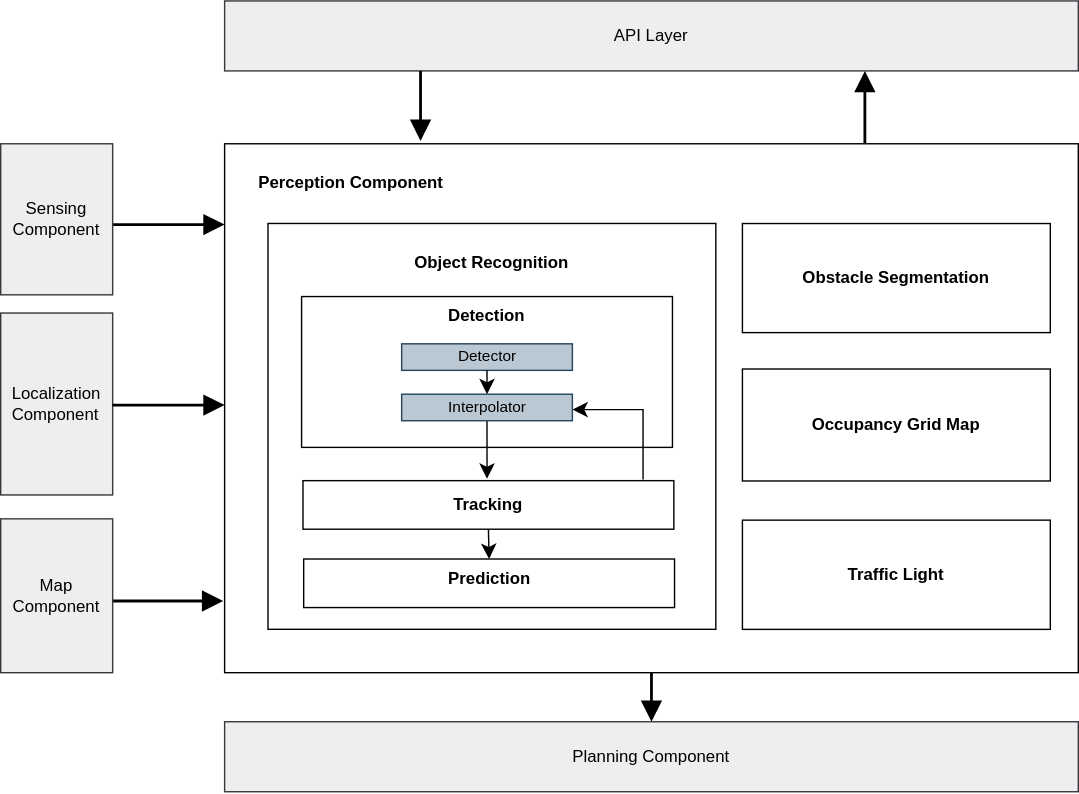
The draw.io diagram docs/design/autoware-architecture/perception/image/high-level-perception-diagram.drawio.svg in autowarefoundation/autoware-documentation, before a commit. Source tidied: cells renumbered, new cells last; positions are measured from the earlier drawing's top-left corner, leaving out a move shared by most shapes. The source it was exported from:
```xml
<mxGraphModel>
  <root>
    <mxCell id="0" />
    <mxCell id="1" parent="0" />
    <mxCell id="2" style="rounded=0;sketch=0;orthogonalLoop=1;jettySize=auto;html=1;exitX=1;exitY=0.5;exitDx=0;exitDy=0;exitPerimeter=0;entryX=0;entryY=0.036;entryDx=0;entryDy=0;entryPerimeter=0;shadow=0;labelBackgroundColor=none;strokeWidth=2;endArrow=block;endFill=1;startSize=10;endSize=10;sourcePerimeterSpacing=4;targetPerimeterSpacing=4;" parent="1" edge="1">
      <mxGeometry relative="1" as="geometry">
        <mxPoint x="80" y="159.8" as="sourcePoint" />
        <mxPoint x="160" y="159.8" as="targetPoint" />
      </mxGeometry>
    </mxCell>
    <mxCell id="3" value="&lt;div style=&quot;text-align: left&quot;&gt;Localization&lt;/div&gt;&lt;div style=&quot;text-align: left&quot;&gt;Component&lt;/div&gt;" style="rounded=1;whiteSpace=wrap;html=1;comic=0;shadow=0;arcSize=0;labelBackgroundColor=none;fillColor=#eeeeee;strokeColor=#36393d;" parent="1" vertex="1">
      <mxGeometry y="223" width="80" height="130" as="geometry" />
    </mxCell>
    <mxCell id="4" value="API Layer" style="rounded=1;whiteSpace=wrap;html=1;labelBackgroundColor=none;verticalAlign=middle;arcSize=0;shadow=0;fillColor=#eeeeee;strokeColor=#36393d;" parent="1" vertex="1">
      <mxGeometry x="160" width="610" height="50" as="geometry" />
    </mxCell>
    <mxCell id="5" style="edgeStyle=none;rounded=0;sketch=0;jettySize=auto;html=1;exitX=0.75;exitY=0;exitDx=0;exitDy=0;entryX=0.75;entryY=1;entryDx=0;entryDy=0;shadow=0;labelBackgroundColor=none;strokeWidth=2;fontColor=#0d0d0d;startArrow=none;startFill=0;endArrow=block;endFill=1;startSize=10;endSize=10;sourcePerimeterSpacing=4;targetPerimeterSpacing=4;" parent="1" edge="1" source="6" target="4">
      <mxGeometry relative="1" as="geometry" />
    </mxCell>
    <mxCell id="6" style="rounded=0;whiteSpace=wrap;html=1;verticalAlign=top;labelBackgroundColor=none;shadow=0;" parent="1" vertex="1">
      <mxGeometry x="160" y="102.1" width="610" height="377.9" as="geometry" />
    </mxCell>
    <mxCell id="7" style="edgeStyle=orthogonalEdgeStyle;rounded=0;jettySize=auto;html=1;exitX=0.5;exitY=1;exitDx=0;exitDy=0;endArrow=block;endFill=1;startSize=10;endSize=10;sourcePerimeterSpacing=4;targetPerimeterSpacing=4;labelBackgroundColor=none;shadow=0;strokeWidth=2;entryX=0.5;entryY=0;entryDx=0;entryDy=0;" parent="1" edge="1" source="6" target="8">
      <mxGeometry relative="1" as="geometry" />
    </mxCell>
    <mxCell id="8" value="Planning Component" style="rounded=1;whiteSpace=wrap;html=1;labelBackgroundColor=none;verticalAlign=middle;arcSize=0;shadow=0;fillColor=#eeeeee;strokeColor=#36393d;" parent="1" vertex="1">
      <mxGeometry x="160" y="515" width="610" height="50" as="geometry" />
    </mxCell>
    <mxCell id="9" value="&lt;b&gt;Perception Component&lt;/b&gt;" style="text;html=1;align=center;verticalAlign=middle;labelBackgroundColor=none;shadow=1;" parent="1" vertex="1">
      <mxGeometry x="170" y="115" width="160" height="30" as="geometry" />
    </mxCell>
    <mxCell id="10" style="edgeStyle=orthogonalEdgeStyle;rounded=0;sketch=0;orthogonalLoop=1;jettySize=auto;html=1;shadow=0;labelBackgroundColor=none;strokeWidth=2;endArrow=block;endFill=1;startSize=10;endSize=10;sourcePerimeterSpacing=4;targetPerimeterSpacing=4;" parent="1" edge="1">
      <mxGeometry relative="1" as="geometry">
        <mxPoint x="300" y="50" as="sourcePoint" />
        <mxPoint x="300" y="100" as="targetPoint" />
      </mxGeometry>
    </mxCell>
    <mxCell id="11" value="Sensing&lt;br&gt;Component" style="rounded=1;whiteSpace=wrap;html=1;labelBackgroundColor=none;verticalAlign=middle;arcSize=0;shadow=0;fillColor=#eeeeee;strokeColor=#36393d;" parent="1" vertex="1">
      <mxGeometry y="102.1" width="80" height="108" as="geometry" />
    </mxCell>
    <mxCell id="12" style="rounded=0;sketch=0;orthogonalLoop=1;jettySize=auto;html=1;exitX=1;exitY=0.5;exitDx=0;exitDy=0;exitPerimeter=0;entryX=0;entryY=0.036;entryDx=0;entryDy=0;entryPerimeter=0;shadow=0;labelBackgroundColor=none;strokeWidth=2;endArrow=block;endFill=1;startSize=10;endSize=10;sourcePerimeterSpacing=4;targetPerimeterSpacing=4;" parent="1" edge="1">
      <mxGeometry relative="1" as="geometry">
        <mxPoint x="80" y="288.8" as="sourcePoint" />
        <mxPoint x="160" y="288.8" as="targetPoint" />
      </mxGeometry>
    </mxCell>
    <mxCell id="13" value="&lt;b&gt;Traffic Light&lt;br&gt;&lt;/b&gt;" style="rounded=0;whiteSpace=wrap;html=1;verticalAlign=middle;labelBackgroundColor=none;shadow=0;" parent="1" vertex="1">
      <mxGeometry x="530" y="371" width="220" height="78" as="geometry" />
    </mxCell>
    <mxCell id="14" value="&lt;b&gt;Occupancy Grid Map&lt;br&gt;&lt;/b&gt;" style="rounded=0;whiteSpace=wrap;html=1;verticalAlign=middle;labelBackgroundColor=none;shadow=0;" parent="1" vertex="1">
      <mxGeometry x="530" y="263" width="220" height="80" as="geometry" />
    </mxCell>
    <mxCell id="15" value="&lt;b&gt;Obstacle Segmentation&lt;br&gt;&lt;/b&gt;" style="rounded=0;whiteSpace=wrap;html=1;verticalAlign=middle;labelBackgroundColor=none;shadow=0;" parent="1" vertex="1">
      <mxGeometry x="530" y="159.1" width="220" height="78" as="geometry" />
    </mxCell>
    <mxCell id="16" style="group;" parent="1" vertex="1">
      <mxGeometry x="191" y="159" width="320" height="290" as="geometry" />
    </mxCell>
    <mxCell id="17" value="&lt;b&gt;&lt;br&gt;Object Recognition&lt;/b&gt;" style="rounded=0;whiteSpace=wrap;html=1;verticalAlign=top;labelBackgroundColor=none;shadow=0;" parent="16" vertex="1">
      <mxGeometry width="320" height="290" as="geometry" />
    </mxCell>
    <mxCell id="18" value="&lt;b&gt;Detection&lt;br&gt;&lt;/b&gt;" style="rounded=0;whiteSpace=wrap;html=1;verticalAlign=top;labelBackgroundColor=none;shadow=0;" parent="16" vertex="1">
      <mxGeometry x="24" y="52.2" width="265" height="107.8" as="geometry" />
    </mxCell>
    <mxCell id="19" value="&lt;b&gt;Tracking&lt;br&gt;&lt;/b&gt;" style="rounded=0;whiteSpace=wrap;html=1;verticalAlign=middle;labelBackgroundColor=none;shadow=0;" parent="16" vertex="1">
      <mxGeometry x="25" y="183.8" width="265" height="34.7" as="geometry" />
    </mxCell>
    <mxCell id="20" value="&lt;b&gt;Prediction&lt;br&gt;&lt;/b&gt;" style="rounded=0;whiteSpace=wrap;html=1;verticalAlign=top;labelBackgroundColor=none;shadow=0;" parent="16" vertex="1">
      <mxGeometry x="25.5" y="239.8" width="265" height="34.7" as="geometry" />
    </mxCell>
    <mxCell id="21" style="edgeStyle=none;curved=1;rounded=0;jettySize=auto;html=1;entryX=0.5;entryY=0;entryDx=0;entryDy=0;fontSize=12;startSize=8;endSize=8;exitX=0.5;exitY=1;exitDx=0;exitDy=0;" parent="16" edge="1" source="27">
      <mxGeometry relative="1" as="geometry">
        <mxPoint x="156.5" y="182.4" as="targetPoint" />
      </mxGeometry>
    </mxCell>
    <mxCell id="22" style="edgeStyle=none;curved=1;rounded=0;jettySize=auto;html=1;exitX=0.5;exitY=1;exitDx=0;exitDy=0;entryX=0.5;entryY=0;entryDx=0;entryDy=0;fontSize=12;startSize=8;endSize=8;" parent="16" edge="1" source="19" target="20">
      <mxGeometry relative="1" as="geometry" />
    </mxCell>
    <mxCell id="23" value="&lt;div style=&quot;font-size: 11px;&quot;&gt;Detector&lt;/div&gt;" style="rounded=1;whiteSpace=wrap;html=1;comic=0;shadow=0;arcSize=0;labelBackgroundColor=none;align=center;fontSize=11;fillColor=#bac8d3;strokeColor=#23445d;" parent="16" vertex="1">
      <mxGeometry x="95.5" y="86" width="122" height="19" as="geometry" />
    </mxCell>
    <mxCell id="24" style="edgeStyle=segmentEdgeStyle;endArrow=classic;html=1;curved=0;rounded=0;endSize=8;startSize=8;fontSize=12;" parent="16" edge="1">
      <mxGeometry relative="1" as="geometry">
        <mxPoint x="268" y="183" as="sourcePoint" />
        <mxPoint x="217.5" y="133" as="targetPoint" />
        <Array as="points">
          <mxPoint x="268" y="133" />
        </Array>
      </mxGeometry>
    </mxCell>
    <mxCell id="25" style="rounded=0;sketch=0;orthogonalLoop=1;jettySize=auto;html=1;exitX=1;exitY=0.5;exitDx=0;exitDy=0;exitPerimeter=0;entryX=0;entryY=0.036;entryDx=0;entryDy=0;entryPerimeter=0;shadow=0;labelBackgroundColor=none;strokeWidth=2;endArrow=block;endFill=1;startSize=10;endSize=10;sourcePerimeterSpacing=4;targetPerimeterSpacing=4;" parent="1" edge="1">
      <mxGeometry relative="1" as="geometry">
        <mxPoint x="79" y="428.8" as="sourcePoint" />
        <mxPoint x="159" y="428.8" as="targetPoint" />
      </mxGeometry>
    </mxCell>
    <mxCell id="26" value="Map&lt;br&gt;Component" style="rounded=1;whiteSpace=wrap;html=1;labelBackgroundColor=none;verticalAlign=middle;arcSize=0;shadow=0;fillColor=#eeeeee;strokeColor=#36393d;" parent="1" vertex="1">
      <mxGeometry y="370.1" width="80" height="110" as="geometry" />
    </mxCell>
    <mxCell id="27" value="&lt;div style=&quot;font-size: 11px;&quot;&gt;Interpolator&lt;/div&gt;" style="rounded=1;whiteSpace=wrap;html=1;comic=0;shadow=0;arcSize=0;labelBackgroundColor=none;align=center;fontSize=11;fillColor=#bac8d3;strokeColor=#23445d;" parent="1" vertex="1">
      <mxGeometry x="286.5" y="281" width="122" height="19" as="geometry" />
    </mxCell>
    <mxCell id="28" style="edgeStyle=none;curved=1;rounded=0;jettySize=auto;html=1;exitX=0.5;exitY=1;exitDx=0;exitDy=0;entryX=0.5;entryY=0;entryDx=0;entryDy=0;fontSize=12;startSize=8;endSize=8;" parent="1" edge="1" source="23" target="27">
      <mxGeometry relative="1" as="geometry" />
    </mxCell>
  </root>
</mxGraphModel>
```
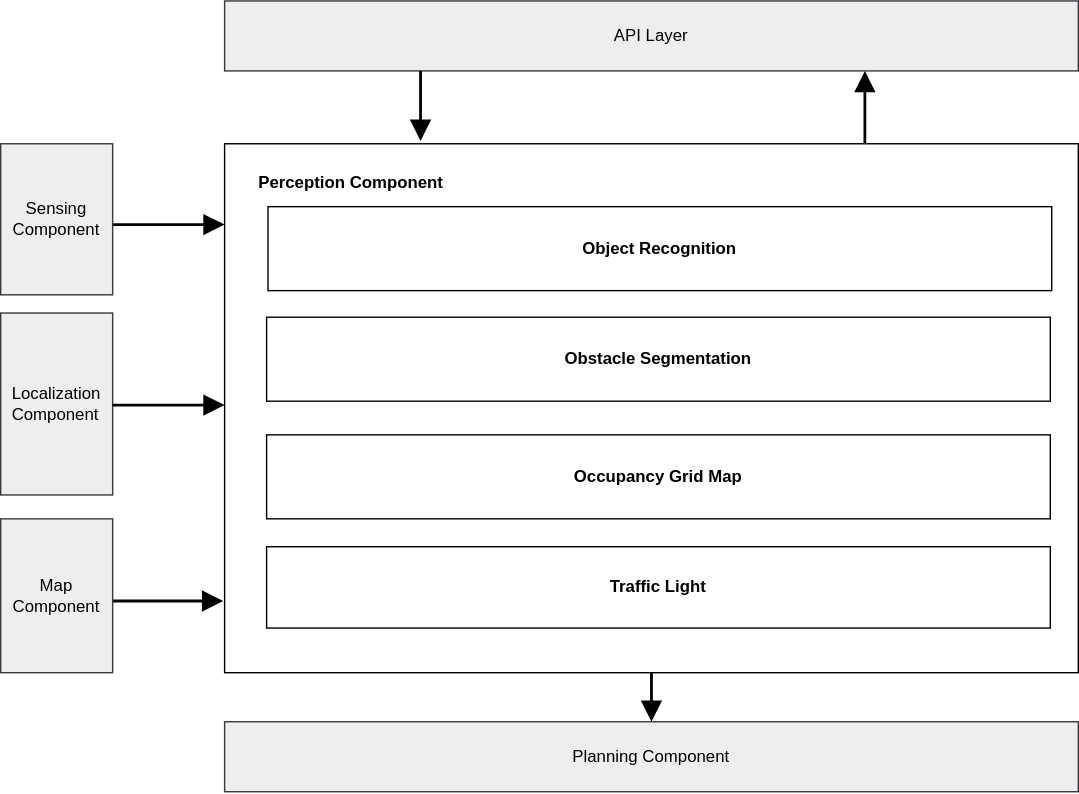
The same file after the commit.

Commit message:
docs(design): update high level architecture design

What changed in the source:
```diff
@@ -45,49 +45,14 @@
       </mxGeometry>
     </mxCell>
     <mxCell id="13" value="&lt;b&gt;Traffic Light&lt;br&gt;&lt;/b&gt;" style="rounded=0;whiteSpace=wrap;html=1;verticalAlign=middle;labelBackgroundColor=none;shadow=0;" parent="1" vertex="1">
-      <mxGeometry x="530" y="371" width="220" height="78" as="geometry" />
+      <mxGeometry x="190" y="390" width="560" height="58.1" as="geometry" />
     </mxCell>
     <mxCell id="14" value="&lt;b&gt;Occupancy Grid Map&lt;br&gt;&lt;/b&gt;" style="rounded=0;whiteSpace=wrap;html=1;verticalAlign=middle;labelBackgroundColor=none;shadow=0;" parent="1" vertex="1">
-      <mxGeometry x="530" y="263" width="220" height="80" as="geometry" />
+      <mxGeometry x="190" y="310.1" width="560" height="60" as="geometry" />
     </mxCell>
     <mxCell id="15" value="&lt;b&gt;Obstacle Segmentation&lt;br&gt;&lt;/b&gt;" style="rounded=0;whiteSpace=wrap;html=1;verticalAlign=middle;labelBackgroundColor=none;shadow=0;" parent="1" vertex="1">
-      <mxGeometry x="530" y="159.1" width="220" height="78" as="geometry" />
+      <mxGeometry x="190" y="226" width="560" height="60" as="geometry" />
     </mxCell>
-    <mxCell id="16" style="group;" parent="1" vertex="1">
-      <mxGeometry x="191" y="159" width="320" height="290" as="geometry" />
-    </mxCell>
-    <mxCell id="17" value="&lt;b&gt;&lt;br&gt;Object Recognition&lt;/b&gt;" style="rounded=0;whiteSpace=wrap;html=1;verticalAlign=top;labelBackgroundColor=none;shadow=0;" parent="16" vertex="1">
-      <mxGeometry width="320" height="290" as="geometry" />
-    </mxCell>
-    <mxCell id="18" value="&lt;b&gt;Detection&lt;br&gt;&lt;/b&gt;" style="rounded=0;whiteSpace=wrap;html=1;verticalAlign=top;labelBackgroundColor=none;shadow=0;" parent="16" vertex="1">
-      <mxGeometry x="24" y="52.2" width="265" height="107.8" as="geometry" />
-    </mxCell>
-    <mxCell id="19" value="&lt;b&gt;Tracking&lt;br&gt;&lt;/b&gt;" style="rounded=0;whiteSpace=wrap;html=1;verticalAlign=middle;labelBackgroundColor=none;shadow=0;" parent="16" vertex="1">
-      <mxGeometry x="25" y="183.8" width="265" height="34.7" as="geometry" />
-    </mxCell>
-    <mxCell id="20" value="&lt;b&gt;Prediction&lt;br&gt;&lt;/b&gt;" style="rounded=0;whiteSpace=wrap;html=1;verticalAlign=top;labelBackgroundColor=none;shadow=0;" parent="16" vertex="1">
-      <mxGeometry x="25.5" y="239.8" width="265" height="34.7" as="geometry" />
-    </mxCell>
-    <mxCell id="21" style="edgeStyle=none;curved=1;rounded=0;jettySize=auto;html=1;entryX=0.5;entryY=0;entryDx=0;entryDy=0;fontSize=12;startSize=8;endSize=8;exitX=0.5;exitY=1;exitDx=0;exitDy=0;" parent="16" edge="1" source="27">
-      <mxGeometry relative="1" as="geometry">
-        <mxPoint x="156.5" y="182.4" as="targetPoint" />
-      </mxGeometry>
-    </mxCell>
-    <mxCell id="22" style="edgeStyle=none;curved=1;rounded=0;jettySize=auto;html=1;exitX=0.5;exitY=1;exitDx=0;exitDy=0;entryX=0.5;entryY=0;entryDx=0;entryDy=0;fontSize=12;startSize=8;endSize=8;" parent="16" edge="1" source="19" target="20">
-      <mxGeometry relative="1" as="geometry" />
-    </mxCell>
-    <mxCell id="23" value="&lt;div style=&quot;font-size: 11px;&quot;&gt;Detector&lt;/div&gt;" style="rounded=1;whiteSpace=wrap;html=1;comic=0;shadow=0;arcSize=0;labelBackgroundColor=none;align=center;fontSize=11;fillColor=#bac8d3;strokeColor=#23445d;" parent="16" vertex="1">
-      <mxGeometry x="95.5" y="86" width="122" height="19" as="geometry" />
-    </mxCell>
-    <mxCell id="24" style="edgeStyle=segmentEdgeStyle;endArrow=classic;html=1;curved=0;rounded=0;endSize=8;startSize=8;fontSize=12;" parent="16" edge="1">
-      <mxGeometry relative="1" as="geometry">
-        <mxPoint x="268" y="183" as="sourcePoint" />
-        <mxPoint x="217.5" y="133" as="targetPoint" />
-        <Array as="points">
-          <mxPoint x="268" y="133" />
-        </Array>
-      </mxGeometry>
-    </mxCell>
     <mxCell id="25" style="rounded=0;sketch=0;orthogonalLoop=1;jettySize=auto;html=1;exitX=1;exitY=0.5;exitDx=0;exitDy=0;exitPerimeter=0;entryX=0;entryY=0.036;entryDx=0;entryDy=0;entryPerimeter=0;shadow=0;labelBackgroundColor=none;strokeWidth=2;endArrow=block;endFill=1;startSize=10;endSize=10;sourcePerimeterSpacing=4;targetPerimeterSpacing=4;" parent="1" edge="1">
       <mxGeometry relative="1" as="geometry">
         <mxPoint x="79" y="428.8" as="sourcePoint" />
@@ -97,11 +62,8 @@
     <mxCell id="26" value="Map&lt;br&gt;Component" style="rounded=1;whiteSpace=wrap;html=1;labelBackgroundColor=none;verticalAlign=middle;arcSize=0;shadow=0;fillColor=#eeeeee;strokeColor=#36393d;" parent="1" vertex="1">
       <mxGeometry y="370.1" width="80" height="110" as="geometry" />
     </mxCell>
-    <mxCell id="27" value="&lt;div style=&quot;font-size: 11px;&quot;&gt;Interpolator&lt;/div&gt;" style="rounded=1;whiteSpace=wrap;html=1;comic=0;shadow=0;arcSize=0;labelBackgroundColor=none;align=center;fontSize=11;fillColor=#bac8d3;strokeColor=#23445d;" parent="1" vertex="1">
-      <mxGeometry x="286.5" y="281" width="122" height="19" as="geometry" />
-    </mxCell>
-    <mxCell id="28" style="edgeStyle=none;curved=1;rounded=0;jettySize=auto;html=1;exitX=0.5;exitY=1;exitDx=0;exitDy=0;entryX=0.5;entryY=0;entryDx=0;entryDy=0;fontSize=12;startSize=8;endSize=8;" parent="1" edge="1" source="23" target="27">
-      <mxGeometry relative="1" as="geometry" />
-    </mxCell>
+    <mxCell id="17" value="&lt;b&gt;Object Recognition&lt;br&gt;&lt;/b&gt;" style="rounded=0;whiteSpace=wrap;html=1;verticalAlign=middle;labelBackgroundColor=none;shadow=0;" parent="1" vertex="1">
+      <mxGeometry x="191" y="147" width="560" height="60" as="geometry" />
+    </mxCell>
   </root>
 </mxGraphModel>
```
